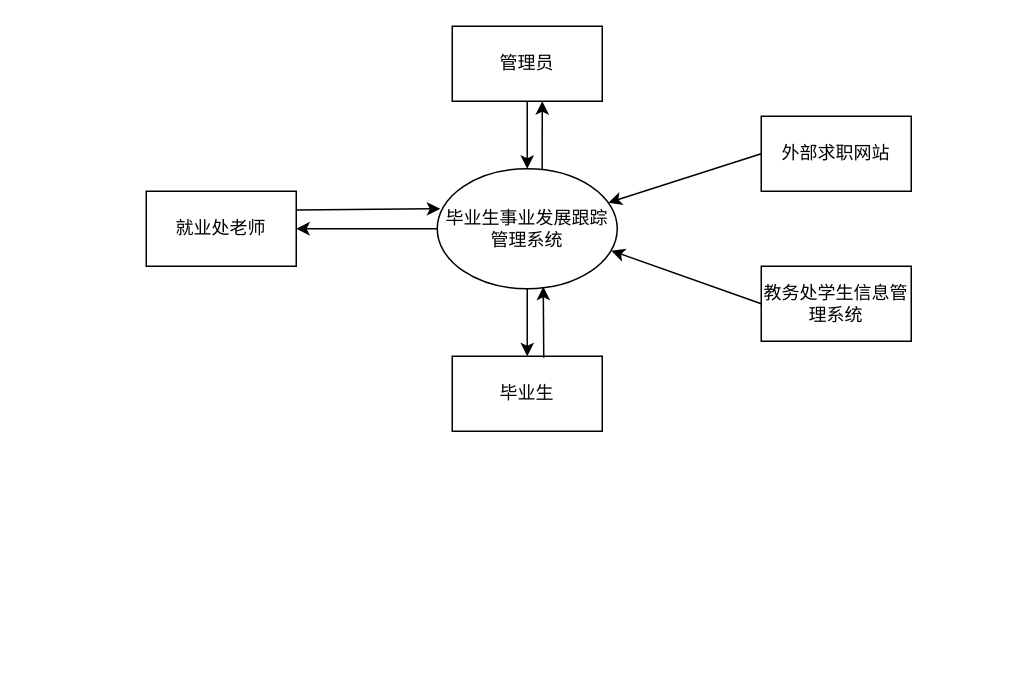
This is 数据流图.drawio from Ringo-linqin/drawio, a draw.io file, before an edit. Source tidied: cells renumbered, new cells numbered last; positions are measured from the earlier drawing's top-left corner, leaving out a move shared by most shapes. Both pictures are drawn from the tidied source at 150%, with x=0, y=0 at pixel (146, 26).
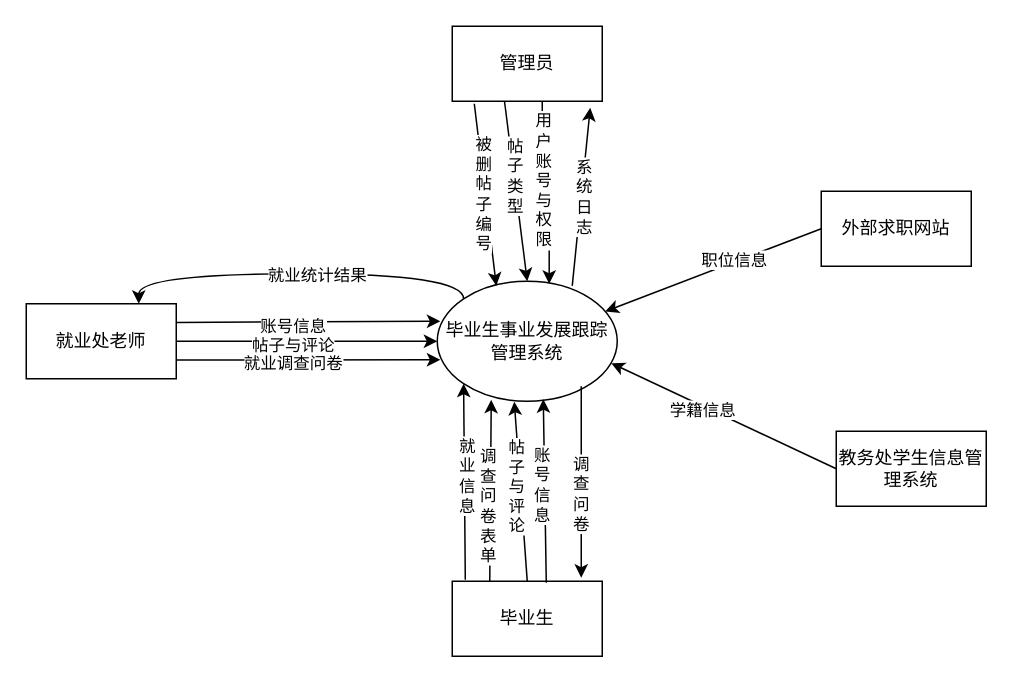
The same page after the edit.

Commit message:
更新数据流图.drawio

Unchanged cells that the change refers to:
```xml
<mxCell id="5" style="rounded=0;jettySize=auto;html=1;exitX=1;exitY=0.25;exitDx=0;exitDy=0;entryX=0.017;entryY=0.333;entryDx=0;entryDy=0;entryPerimeter=0;" parent="1" edge="1" source="7" target="3">
  <mxGeometry relative="1" as="geometry" />
</mxCell>
<mxCell id="9" value="管理员" style="html=1;dashed=0;whiteSpace=wrap;" parent="1" vertex="1">
  <mxGeometry x="204" width="100" height="50" as="geometry" />
</mxCell>
<mxCell id="10" style="rounded=0;jettySize=auto;html=1;exitX=0;exitY=0.5;exitDx=0;exitDy=0;entryX=0.967;entryY=0.683;entryDx=0;entryDy=0;entryPerimeter=0;" parent="1" edge="1" source="11" target="3">
  <mxGeometry relative="1" as="geometry" />
</mxCell>
<mxCell id="12" style="rounded=0;jettySize=auto;html=1;exitX=0;exitY=0.5;exitDx=0;exitDy=0;" parent="1" edge="1" source="13" target="3">
  <mxGeometry relative="1" as="geometry" />
</mxCell>
```

Change to the diagram source:
```diff
@@
-    <mxCell id="2" style="edgeStyle=orthogonalEdgeStyle;rounded=0;jettySize=auto;html=1;exitX=0.5;exitY=1;exitDx=0;exitDy=0;" parent="1" edge="1" source="3" target="4">
-      <mxGeometry relative="1" as="geometry" />
-    </mxCell>
+    <mxCell id="6" style="edgeStyle=orthogonalEdgeStyle;rounded=0;jettySize=auto;html=1;exitX=0;exitY=0;exitDx=0;exitDy=0;entryX=0.75;entryY=0;entryDx=0;entryDy=0;curved=1;" parent="1" edge="1" source="3" target="7">
+      <mxGeometry relative="1" as="geometry">
+        <Array as="points">
+          <mxPoint x="212" y="165" />
+          <mxPoint x="-5" y="165" />
+        </Array>
+      </mxGeometry>
+    </mxCell>
+    <mxCell id="16" value="就业统计结果" style="edgeLabel;html=1;align=center;verticalAlign=middle;" parent="6" vertex="1">
+      <mxGeometry x="-0.09" relative="1" as="geometry" />
+    </mxCell>
     <mxCell id="3" value="毕业生事业发展跟踪管理系统" style="shape=ellipse;html=1;dashed=0;whiteSpace=wrap;perimeter=ellipsePerimeter;" parent="1" vertex="1">
-      <mxGeometry x="194" y="95" width="120" height="80" as="geometry" />
+      <mxGeometry x="194" y="170" width="120" height="80" as="geometry" />
     </mxCell>
+    <mxCell id="17" style="rounded=0;jettySize=auto;html=1;exitX=0.087;exitY=-0.02;exitDx=0;exitDy=0;entryX=0;entryY=1;entryDx=0;entryDy=0;exitPerimeter=0;" parent="1" edge="1" source="4" target="3">
+      <mxGeometry relative="1" as="geometry" />
+    </mxCell>
+    <mxCell id="18" value="就&lt;br&gt;业&lt;br&gt;信&lt;br&gt;息" style="edgeLabel;html=1;align=center;verticalAlign=middle;" parent="17" vertex="1">
+      <mxGeometry x="0.18" y="-1" relative="1" as="geometry">
+        <mxPoint y="8" as="offset" />
+      </mxGeometry>
+    </mxCell>
     <mxCell id="4" value="毕业生" style="html=1;dashed=0;whiteSpace=wrap;" parent="1" vertex="1">
-      <mxGeometry x="204" y="220" width="100" height="50" as="geometry" />
+      <mxGeometry x="204" y="370" width="100" height="50" as="geometry" />
     </mxCell>
@@
-    <mxCell id="6" style="edgeStyle=orthogonalEdgeStyle;rounded=0;jettySize=auto;html=1;entryX=1;entryY=0.5;entryDx=0;entryDy=0;" parent="1" edge="1" source="3" target="7">
-      <mxGeometry relative="1" as="geometry" />
-    </mxCell>
+    <mxCell id="19" value="账号信息" style="edgeLabel;html=1;align=center;verticalAlign=middle;" parent="5" vertex="1">
+      <mxGeometry x="-0.12" y="-2" relative="1" as="geometry" />
+    </mxCell>
     <mxCell id="7" value="就业处老师" style="html=1;dashed=0;whiteSpace=wrap;" parent="1" vertex="1">
-      <mxGeometry y="110" width="100" height="50" as="geometry" />
+      <mxGeometry x="-80" y="185" width="100" height="50" as="geometry" />
     </mxCell>
-    <mxCell id="8" style="edgeStyle=orthogonalEdgeStyle;rounded=0;jettySize=auto;html=1;exitX=0.5;exitY=1;exitDx=0;exitDy=0;entryX=0.5;entryY=0;entryDx=0;entryDy=0;" parent="1" edge="1" source="9" target="3">
+    <mxCell id="8" style="edgeStyle=orthogonalEdgeStyle;rounded=0;jettySize=auto;html=1;entryX=0.622;entryY=0.021;entryDx=0;entryDy=0;entryPerimeter=0;exitX=0.6;exitY=0.98;exitDx=0;exitDy=0;exitPerimeter=0;" parent="1" edge="1" source="9" target="3">
       <mxGeometry relative="1" as="geometry" />
     </mxCell>
+    <mxCell id="20" value="用&lt;br&gt;户&lt;br&gt;账&lt;br&gt;号&lt;br&gt;与&lt;br&gt;权&lt;br&gt;限" style="edgeLabel;html=1;align=center;verticalAlign=middle;" parent="8" vertex="1">
+      <mxGeometry x="-0.31" y="-1" relative="1" as="geometry">
+        <mxPoint x="1" y="9" as="offset" />
+      </mxGeometry>
+    </mxCell>
+    <mxCell id="21" style="rounded=0;jettySize=auto;html=1;entryX=0.5;entryY=0;entryDx=0;entryDy=0;exitX=0.347;exitY=0.98;exitDx=0;exitDy=0;exitPerimeter=0;" parent="1" edge="1" source="9" target="3">
+      <mxGeometry relative="1" as="geometry" />
+    </mxCell>
+    <mxCell id="22" value="帖&lt;br&gt;子&lt;br&gt;类&lt;br&gt;型" style="edgeLabel;html=1;align=center;verticalAlign=middle;" parent="21" vertex="1">
+      <mxGeometry x="-0.18" y="1" relative="1" as="geometry">
+        <mxPoint y="1" as="offset" />
+      </mxGeometry>
+    </mxCell>
+    <mxCell id="23" style="rounded=0;jettySize=auto;html=1;entryX=0.328;entryY=0.038;entryDx=0;entryDy=0;entryPerimeter=0;exitX=0.147;exitY=1.033;exitDx=0;exitDy=0;exitPerimeter=0;" parent="1" edge="1" source="9" target="3">
+      <mxGeometry relative="1" as="geometry" />
+    </mxCell>
+    <mxCell id="24" value="被&lt;br&gt;删&lt;br&gt;帖&lt;br&gt;子&lt;br&gt;编&lt;br&gt;号" style="edgeLabel;html=1;align=center;verticalAlign=middle;" parent="23" vertex="1">
+      <mxGeometry x="-0.24" relative="1" as="geometry">
+        <mxPoint y="14" as="offset" />
+      </mxGeometry>
+    </mxCell>
@@
+    <mxCell id="25" value="学籍信息" style="edgeLabel;html=1;align=center;verticalAlign=middle;" parent="10" vertex="1">
+      <mxGeometry x="0.18" y="2" relative="1" as="geometry" />
+    </mxCell>
     <mxCell id="11" value="教务处学生信息管理系统" style="html=1;dashed=0;whiteSpace=wrap;" parent="1" vertex="1">
-      <mxGeometry x="410" y="160" width="100" height="50" as="geometry" />
+      <mxGeometry x="460" y="270" width="100" height="50" as="geometry" />
     </mxCell>
@@
+    <mxCell id="26" value="职位信息" style="edgeLabel;html=1;align=center;verticalAlign=middle;" parent="12" vertex="1">
+      <mxGeometry x="-0.2" y="-2" relative="1" as="geometry" />
+    </mxCell>
     <mxCell id="13" value="外部求职网站" style="html=1;dashed=0;whiteSpace=wrap;" parent="1" vertex="1">
-      <mxGeometry x="410" y="60" width="100" height="50" as="geometry" />
+      <mxGeometry x="450" y="110" width="100" height="50" as="geometry" />
     </mxCell>
-    <mxCell id="14" style="rounded=0;jettySize=auto;html=1;entryX=0.589;entryY=0.983;entryDx=0;entryDy=0;entryPerimeter=0;" parent="1" edge="1" target="3">
-      <mxGeometry relative="1" as="geometry">
-        <mxPoint x="265" y="221" as="sourcePoint" />
-      </mxGeometry>
+    <mxCell id="14" style="rounded=0;jettySize=auto;html=1;entryX=0.589;entryY=0.983;entryDx=0;entryDy=0;entryPerimeter=0;exitX=0.627;exitY=0.02;exitDx=0;exitDy=0;exitPerimeter=0;" parent="1" edge="1" source="4" target="3">
+      <mxGeometry relative="1" as="geometry" />
     </mxCell>
+    <mxCell id="27" value="账&lt;br&gt;号&lt;br&gt;信&lt;br&gt;息" style="edgeLabel;html=1;align=center;verticalAlign=middle;" parent="14" vertex="1">
+      <mxGeometry x="0.34" y="2" relative="1" as="geometry">
+        <mxPoint y="16" as="offset" />
+      </mxGeometry>
+    </mxCell>
-    <mxCell id="15" style="rounded=0;jettySize=auto;html=1;exitX=0.583;exitY=0.008;exitDx=0;exitDy=0;exitPerimeter=0;" parent="1" edge="1" source="3">
-      <mxGeometry relative="1" as="geometry">
-        <mxPoint x="264" y="50" as="targetPoint" />
-      </mxGeometry>
+    <mxCell id="15" style="rounded=0;jettySize=auto;html=1;exitX=0.75;exitY=0.038;exitDx=0;exitDy=0;exitPerimeter=0;entryX=0.92;entryY=1.087;entryDx=0;entryDy=0;entryPerimeter=0;" parent="1" edge="1" source="3" target="9">
+      <mxGeometry relative="1" as="geometry" />
     </mxCell>
+    <mxCell id="28" value="系&lt;br&gt;统&lt;br&gt;日&lt;br&gt;志" style="edgeLabel;html=1;align=center;verticalAlign=middle;" parent="15" vertex="1">
+      <mxGeometry x="0.43" y="1" relative="1" as="geometry">
+        <mxPoint y="25" as="offset" />
+      </mxGeometry>
+    </mxCell>
+    <mxCell id="29" style="rounded=0;jettySize=auto;html=1;entryX=0.86;entryY=-0.047;entryDx=0;entryDy=0;entryPerimeter=0;" parent="1" edge="1" target="4">
+      <mxGeometry relative="1" as="geometry">
+        <mxPoint x="290" y="240" as="sourcePoint" />
+      </mxGeometry>
+    </mxCell>
+    <mxCell id="30" value="调&lt;br&gt;查&lt;br&gt;问&lt;br&gt;卷" style="edgeLabel;html=1;align=center;verticalAlign=middle;" parent="29" vertex="1">
+      <mxGeometry x="-0.2" y="-1" relative="1" as="geometry">
+        <mxPoint y="20" as="offset" />
+      </mxGeometry>
+    </mxCell>
+    <mxCell id="31" style="rounded=0;jettySize=auto;html=1;entryX=0.428;entryY=1.004;entryDx=0;entryDy=0;entryPerimeter=0;exitX=0.5;exitY=0;exitDx=0;exitDy=0;" parent="1" edge="1" source="4" target="3">
+      <mxGeometry relative="1" as="geometry" />
+    </mxCell>
+    <mxCell id="32" value="帖&lt;br&gt;子&lt;br&gt;与&lt;br&gt;评&lt;br&gt;论" style="edgeLabel;html=1;align=center;verticalAlign=middle;" parent="31" vertex="1">
+      <mxGeometry x="0.34" y="2" relative="1" as="geometry">
+        <mxPoint y="16" as="offset" />
+      </mxGeometry>
+    </mxCell>
+    <mxCell id="33" style="rounded=0;jettySize=auto;html=1;entryX=0.3;entryY=0.988;entryDx=0;entryDy=0;entryPerimeter=0;exitX=0.25;exitY=0;exitDx=0;exitDy=0;" parent="1" edge="1" source="4" target="3">
+      <mxGeometry relative="1" as="geometry" />
+    </mxCell>
+    <mxCell id="34" value="调&lt;br&gt;查&lt;br&gt;问&lt;br&gt;卷&lt;br&gt;表&lt;br&gt;单" style="edgeLabel;html=1;align=center;verticalAlign=middle;" parent="33" vertex="1">
+      <mxGeometry x="0.34" y="2" relative="1" as="geometry">
+        <mxPoint y="31" as="offset" />
+      </mxGeometry>
+    </mxCell>
+    <mxCell id="35" style="rounded=0;jettySize=auto;html=1;exitX=1;exitY=0.5;exitDx=0;exitDy=0;entryX=0;entryY=0.5;entryDx=0;entryDy=0;" parent="1" edge="1" source="7" target="3">
+      <mxGeometry relative="1" as="geometry" />
+    </mxCell>
+    <mxCell id="36" value="帖子与评论" style="edgeLabel;html=1;align=center;verticalAlign=middle;" parent="35" vertex="1">
+      <mxGeometry x="-0.12" y="-2" relative="1" as="geometry" />
+    </mxCell>
+    <mxCell id="37" style="rounded=0;jettySize=auto;html=1;exitX=1;exitY=0.75;exitDx=0;exitDy=0;entryX=0.017;entryY=0.654;entryDx=0;entryDy=0;entryPerimeter=0;" parent="1" edge="1" source="7" target="3">
+      <mxGeometry relative="1" as="geometry" />
+    </mxCell>
+    <mxCell id="38" value="就业调查问卷" style="edgeLabel;html=1;align=center;verticalAlign=middle;" parent="37" vertex="1">
+      <mxGeometry x="-0.12" y="-2" relative="1" as="geometry" />
+    </mxCell>
```
